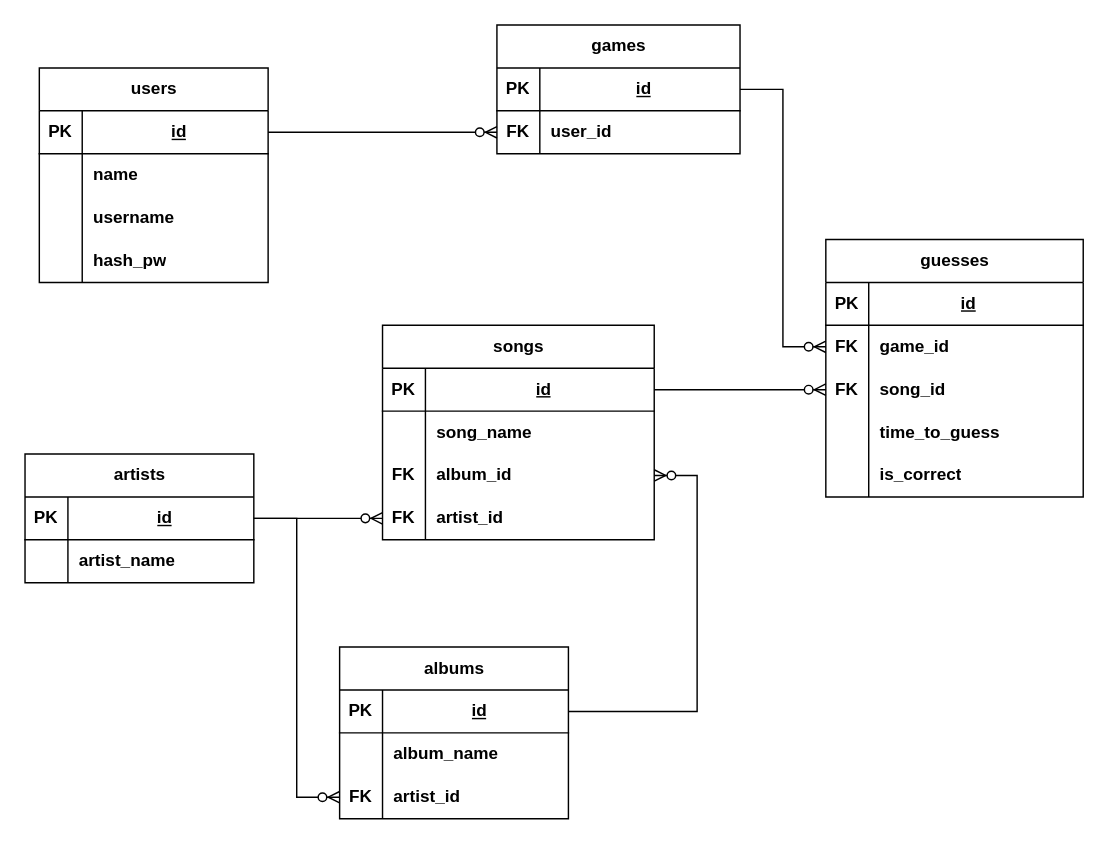
Before: notes/pulseRDB.drawio in drs0057/Pulse, a draw.io diagram. Source tidied: cells renumbered, new cells numbered last; positions are measured from the earlier drawing's top-left corner, leaving out a move shared by most shapes. Both pictures are drawn from the tidied source at 143%, with x=0, y=0 at pixel (24, 24).
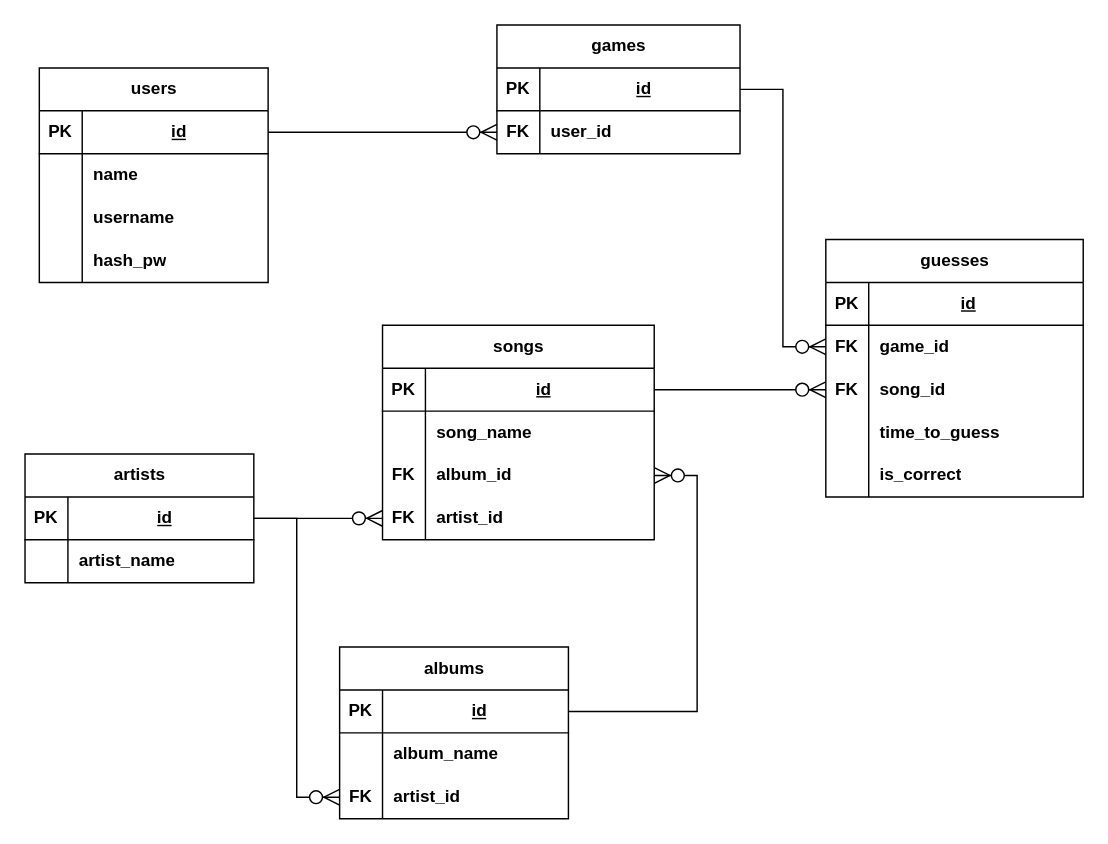
The same diagram, later.

Unchanged cells that the change refers to:
```xml
<mxCell id="3" style="shape=tableRow;horizontal=0;startSize=0;swimlaneHead=0;swimlaneBody=0;fillColor=none;points=[[0,0.5],[1,0.5]];portConstraint=eastwest;top=0;left=0;right=0;bottom=1;" parent="2" vertex="1">
  <mxGeometry y="30" width="190" height="30" as="geometry" />
</mxCell>
<mxCell id="9" style="shape=tableRow;horizontal=0;startSize=0;swimlaneHead=0;swimlaneBody=0;fillColor=none;points=[[0,0.5],[1,0.5]];portConstraint=eastwest;top=0;left=0;right=0;bottom=0;" parent="2" vertex="1">
  <mxGeometry y="90" width="190" height="30" as="geometry" />
</mxCell>
<mxCell id="12" style="shape=tableRow;horizontal=0;startSize=0;swimlaneHead=0;swimlaneBody=0;fillColor=none;points=[[0,0.5],[1,0.5]];portConstraint=eastwest;top=0;left=0;right=0;bottom=0;" parent="2" vertex="1">
  <mxGeometry y="120" width="190" height="30" as="geometry" />
</mxCell>
<mxCell id="16" style="shape=tableRow;horizontal=0;startSize=0;swimlaneHead=0;swimlaneBody=0;fillColor=none;points=[[0,0.5],[1,0.5]];portConstraint=eastwest;top=0;left=0;right=0;bottom=1;" parent="15" vertex="1">
  <mxGeometry y="30" width="160" height="30" as="geometry" />
</mxCell>
<mxCell id="29" style="shape=tableRow;horizontal=0;startSize=0;swimlaneHead=0;swimlaneBody=0;fillColor=none;points=[[0,0.5],[1,0.5]];portConstraint=eastwest;top=0;left=0;right=0;bottom=1;" parent="28" vertex="1">
  <mxGeometry y="30" width="170" height="30" as="geometry" />
</mxCell>
<mxCell id="32" style="shape=tableRow;horizontal=0;startSize=0;swimlaneHead=0;swimlaneBody=0;fillColor=none;points=[[0,0.5],[1,0.5]];portConstraint=eastwest;top=0;left=0;right=0;bottom=0;" parent="28" vertex="1">
  <mxGeometry y="60" width="170" height="30" as="geometry" />
</mxCell>
<mxCell id="36" style="shape=tableRow;horizontal=0;startSize=0;swimlaneHead=0;swimlaneBody=0;fillColor=none;points=[[0,0.5],[1,0.5]];portConstraint=eastwest;top=0;left=0;right=0;bottom=1;" parent="35" vertex="1">
  <mxGeometry y="30" width="160" height="30" as="geometry" />
</mxCell>
<mxCell id="43" style="shape=tableRow;horizontal=0;startSize=0;swimlaneHead=0;swimlaneBody=0;fillColor=none;points=[[0,0.5],[1,0.5]];portConstraint=eastwest;top=0;left=0;right=0;bottom=1;" parent="42" vertex="1">
  <mxGeometry y="30" width="160" height="30" as="geometry" />
</mxCell>
<mxCell id="49" style="shape=tableRow;horizontal=0;startSize=0;swimlaneHead=0;swimlaneBody=0;fillColor=none;points=[[0,0.5],[1,0.5]];portConstraint=eastwest;top=0;left=0;right=0;bottom=0;" parent="42" vertex="1">
  <mxGeometry y="90" width="160" height="30" as="geometry" />
</mxCell>
<mxCell id="56" style="shape=tableRow;horizontal=0;startSize=0;swimlaneHead=0;swimlaneBody=0;fillColor=none;points=[[0,0.5],[1,0.5]];portConstraint=eastwest;top=0;left=0;right=0;bottom=0;" parent="52" vertex="1">
  <mxGeometry y="60" width="180" height="30" as="geometry" />
</mxCell>
<mxCell id="59" style="shape=tableRow;horizontal=0;startSize=0;swimlaneHead=0;swimlaneBody=0;fillColor=none;points=[[0,0.5],[1,0.5]];portConstraint=eastwest;top=0;left=0;right=0;bottom=0;" parent="52" vertex="1">
  <mxGeometry y="90" width="180" height="30" as="geometry" />
</mxCell>
```

Diff of the diagram source:
```diff
@@
-    <mxCell id="68" style="edgeStyle=entityRelationEdgeStyle;fontSize=12;html=1;endArrow=ERzeroToMany;endFill=1;rounded=0;exitX=1;exitY=0.5;exitDx=0;exitDy=0;" parent="1" edge="1" source="16" target="32">
+    <mxCell id="68" style="edgeStyle=entityRelationEdgeStyle;fontSize=12;html=1;endArrow=ERzeroToMany;endFill=1;rounded=0;exitX=1;exitY=0.5;exitDx=0;exitDy=0;endSize=9;" parent="1" edge="1" source="16" target="32">
       <mxGeometry relative="1" as="geometry" />
     </mxCell>
-    <mxCell id="69" style="edgeStyle=entityRelationEdgeStyle;fontSize=12;html=1;endArrow=ERzeroToMany;endFill=1;rounded=0;" parent="1" edge="1" source="29" target="56">
+    <mxCell id="69" style="edgeStyle=entityRelationEdgeStyle;fontSize=12;html=1;endArrow=ERzeroToMany;endFill=1;rounded=0;endSize=9;" parent="1" edge="1" source="29" target="56">
       <mxGeometry relative="1" as="geometry" />
     </mxCell>
-    <mxCell id="70" style="edgeStyle=entityRelationEdgeStyle;fontSize=12;html=1;endArrow=ERzeroToMany;endFill=1;rounded=0;" parent="1" edge="1" source="36" target="49">
+    <mxCell id="70" style="edgeStyle=entityRelationEdgeStyle;fontSize=12;html=1;endArrow=ERzeroToMany;endFill=1;rounded=0;endSize=9;" parent="1" edge="1" source="36" target="49">
       <mxGeometry relative="1" as="geometry">
         <Array as="points">
           <mxPoint x="160" y="460" />
           <mxPoint x="130" y="430" />
           <mxPoint x="150" y="420" />
         </Array>
       </mxGeometry>
     </mxCell>
-    <mxCell id="71" style="edgeStyle=entityRelationEdgeStyle;fontSize=12;html=1;endArrow=ERzeroToMany;endFill=1;rounded=0;" parent="1" edge="1" source="43" target="9">
+    <mxCell id="71" style="edgeStyle=entityRelationEdgeStyle;fontSize=12;html=1;endArrow=ERzeroToMany;endFill=1;rounded=0;endSize=9;" parent="1" edge="1" source="43" target="9">
       <mxGeometry relative="1" as="geometry" />
     </mxCell>
-    <mxCell id="72" style="edgeStyle=entityRelationEdgeStyle;fontSize=12;html=1;endArrow=ERzeroToMany;endFill=1;rounded=0;" parent="1" edge="1" source="36" target="12">
+    <mxCell id="72" style="edgeStyle=entityRelationEdgeStyle;fontSize=12;html=1;endArrow=ERzeroToMany;endFill=1;rounded=0;endSize=9;" parent="1" edge="1" source="36" target="12">
       <mxGeometry relative="1" as="geometry" />
     </mxCell>
-    <mxCell id="73" style="edgeStyle=entityRelationEdgeStyle;fontSize=12;html=1;endArrow=ERzeroToMany;endFill=1;rounded=0;" parent="1" edge="1" source="3" target="59">
+    <mxCell id="73" style="edgeStyle=entityRelationEdgeStyle;fontSize=12;html=1;endArrow=ERzeroToMany;endFill=1;rounded=0;endSize=9;" parent="1" edge="1" source="3" target="59">
       <mxGeometry relative="1" as="geometry" />
     </mxCell>
```
